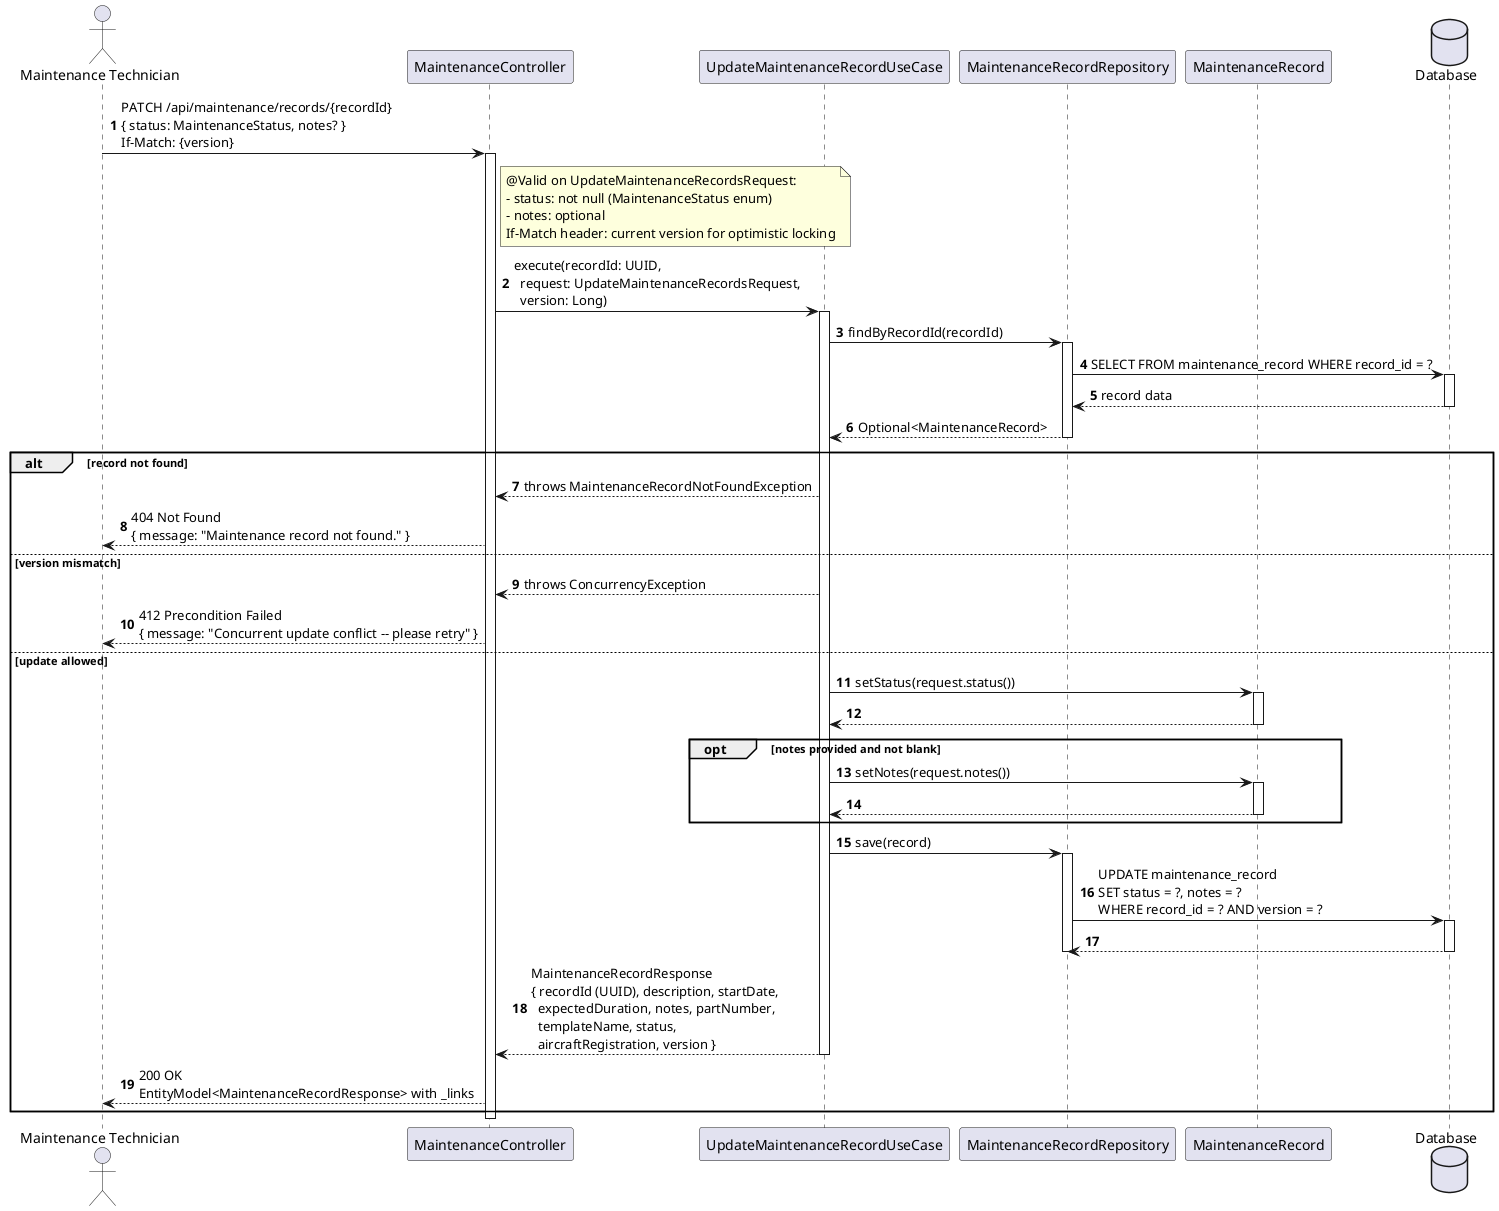
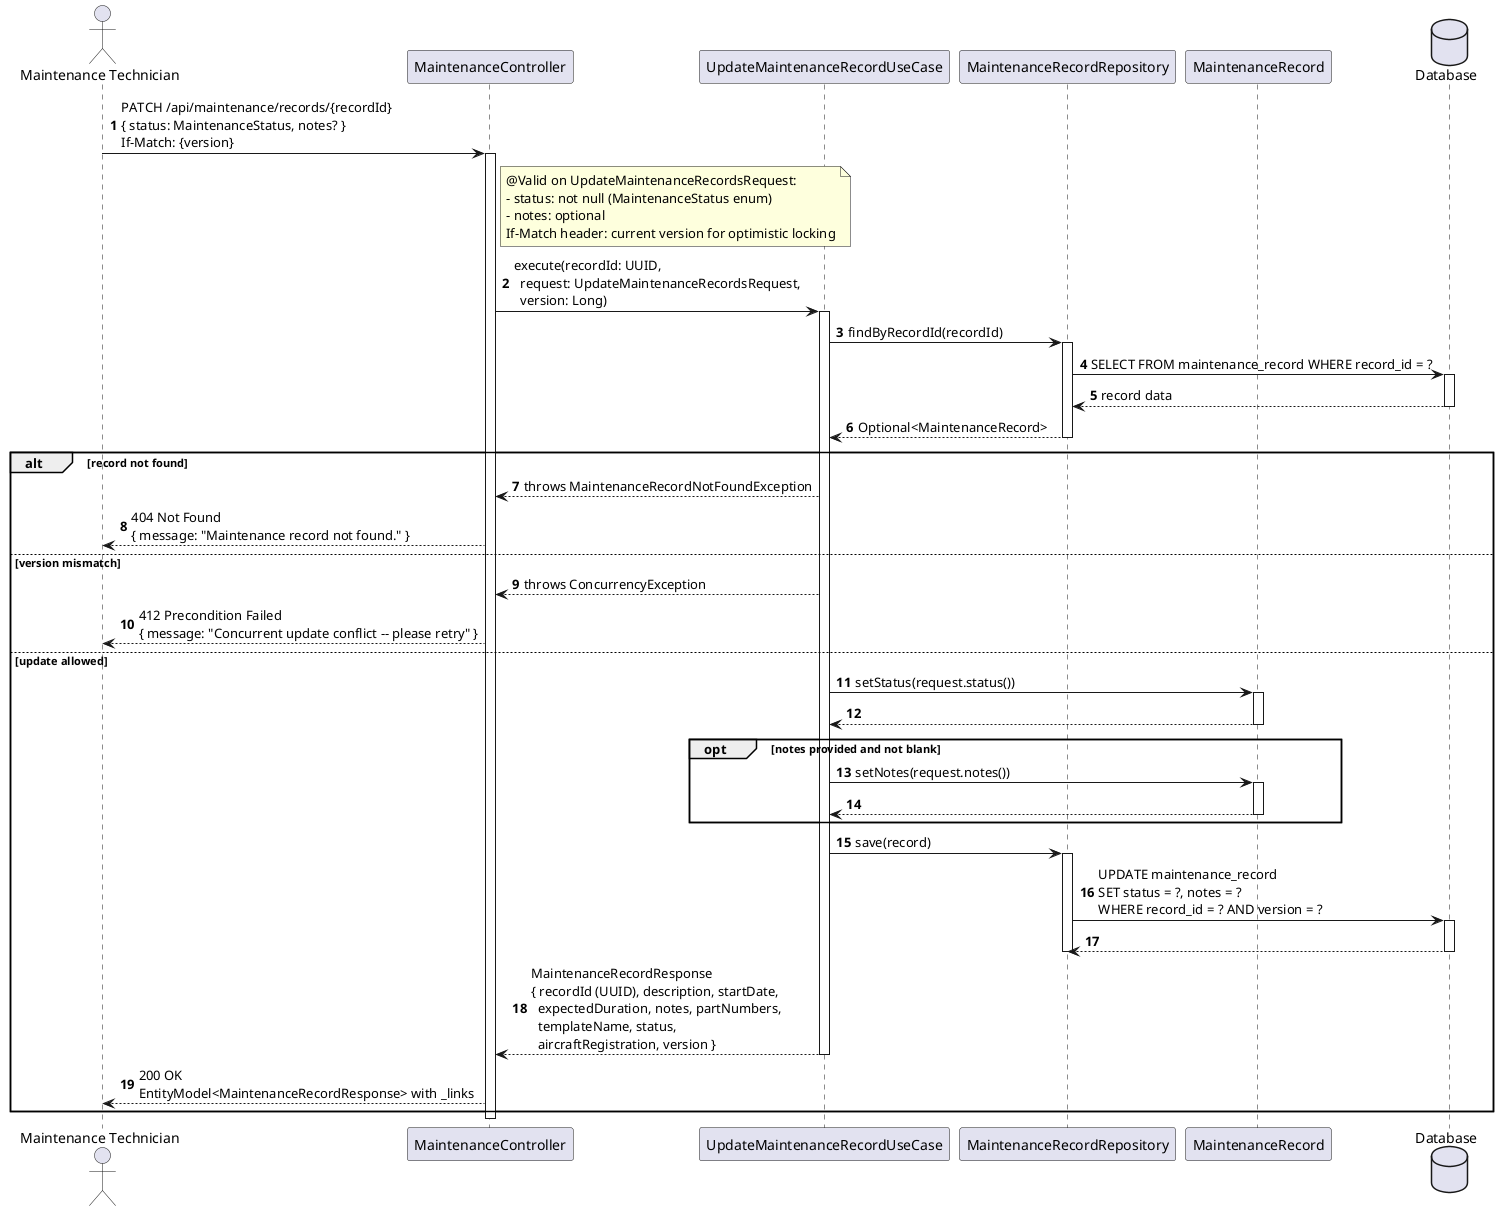
@startuml
autonumber
actor "Maintenance Technician" as MT
participant "MaintenanceController" as Ctrl
participant "UpdateMaintenanceRecordUseCase" as UC
participant "MaintenanceRecordRepository" as Repo
participant "MaintenanceRecord" as Entity
database "Database" as DB

MT -> Ctrl : PATCH /api/maintenance/records/{recordId}\n{ status: MaintenanceStatus, notes? }\nIf-Match: {version}
activate Ctrl

note right of Ctrl
  @Valid on UpdateMaintenanceRecordsRequest:
  - status: not null (MaintenanceStatus enum)
  - notes: optional
  If-Match header: current version for optimistic locking
end note

Ctrl -> UC : execute(recordId: UUID,\n  request: UpdateMaintenanceRecordsRequest,\n  version: Long)
activate UC

UC -> Repo : findByRecordId(recordId)
activate Repo
Repo -> DB : SELECT FROM maintenance_record WHERE record_id = ?
activate DB
DB --> Repo : record data
deactivate DB
Repo --> UC : Optional<MaintenanceRecord>
deactivate Repo

alt record not found
  UC --> Ctrl : throws MaintenanceRecordNotFoundException
  Ctrl --> MT : 404 Not Found\n{ message: "Maintenance record not found." }
else version mismatch
  UC --> Ctrl : throws ConcurrencyException
  Ctrl --> MT : 412 Precondition Failed\n{ message: "Concurrent update conflict -- please retry" }
else update allowed
  UC -> Entity : setStatus(request.status())
  activate Entity
  Entity --> UC
  deactivate Entity

  opt notes provided and not blank
    UC -> Entity : setNotes(request.notes())
    activate Entity
    Entity --> UC
    deactivate Entity
  end

  UC -> Repo : save(record)
  activate Repo
  Repo -> DB : UPDATE maintenance_record\nSET status = ?, notes = ?\nWHERE record_id = ? AND version = ?
  activate DB
  DB --> Repo
  deactivate DB
  deactivate Repo

-   UC --> Ctrl : MaintenanceRecordResponse\n{ recordId (UUID), description, startDate,\n  expectedDuration, notes, partNumber,\n  templateName, status,\n  aircraftRegistration, version }
+   UC --> Ctrl : MaintenanceRecordResponse\n{ recordId (UUID), description, startDate,\n  expectedDuration, notes, partNumbers,\n  templateName, status,\n  aircraftRegistration, version }
  deactivate UC
  Ctrl --> MT : 200 OK\nEntityModel<MaintenanceRecordResponse> with _links
end

deactivate Ctrl
@enduml
